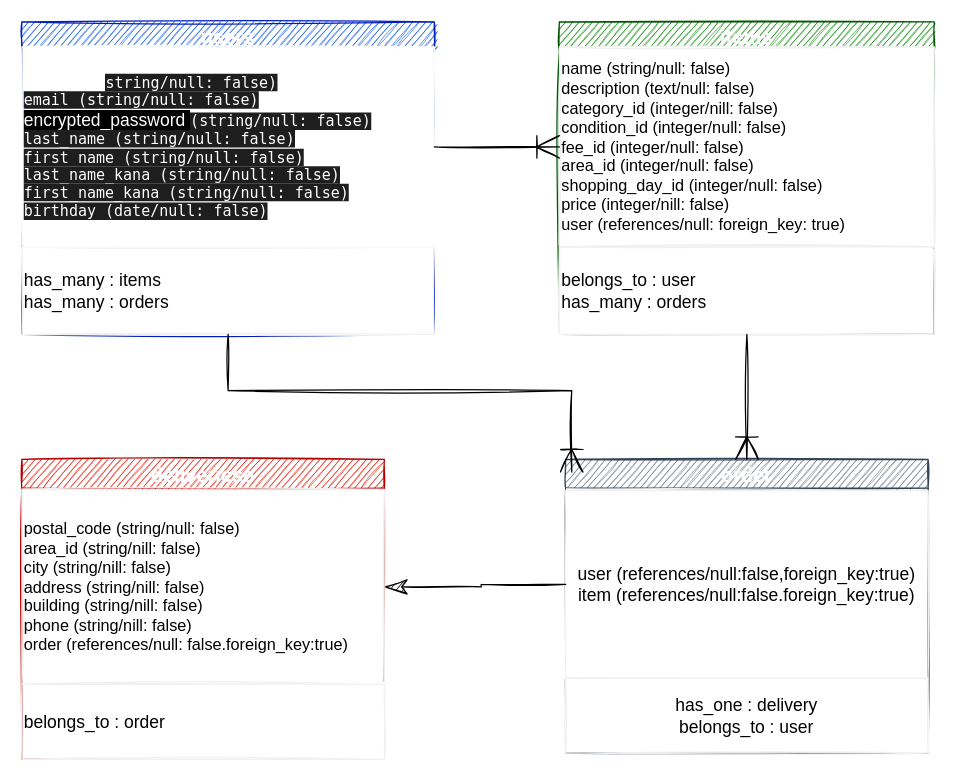
The draw.io diagram furima.dio in hideaking2021/furima-36772, before the edit. Source tidied: cells renumbered, new cells numbered last; positions are measured from the earlier drawing's top-left corner, leaving out a move shared by most shapes. Both pictures are drawn from the tidied source at 125%, with x=0, y=0 at pixel (21, 21).
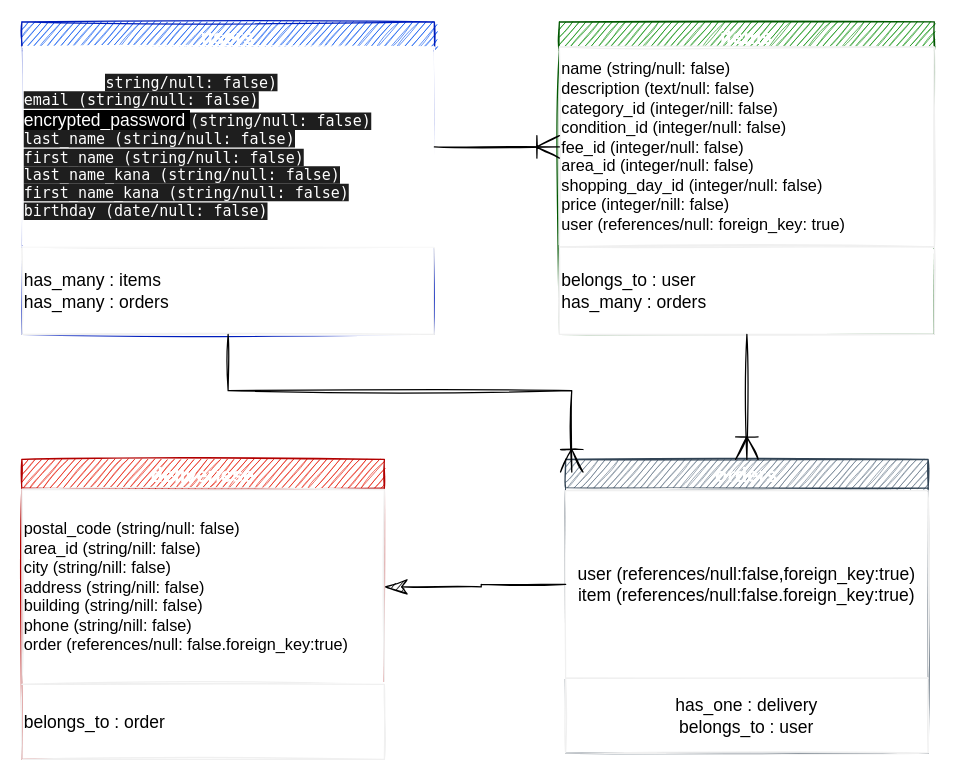
The same page after the edit.

Commit message:
データベース修正１

Change to the diagram source:
```diff
@@
 <mxGraphModel>
   <root>
     <mxCell id="0" />
     <mxCell id="1" parent="0" />
     <mxCell id="2" value="users" style="swimlane;sketch=1;verticalAlign=middle;fontStyle=1;fontSize=16;fillColor=#0050ef;strokeColor=#001DBC;fontColor=#ffffff;" parent="1" vertex="1">
       <mxGeometry width="330" height="250" as="geometry" />
     </mxCell>
     <mxCell id="3" value="&lt;font style=&quot;font-size: 14px;&quot;&gt;has_many : items&lt;br style=&quot;font-size: 14px;&quot;&gt;has_many : orders&lt;br style=&quot;font-size: 14px;&quot;&gt;&lt;/font&gt;" style="rounded=0;whiteSpace=wrap;html=1;sketch=1;fontSize=14;strokeColor=#F0F0F0;align=left;verticalAlign=middle;" parent="2" vertex="1">
       <mxGeometry y="180" width="330" height="70" as="geometry" />
     </mxCell>
     <mxCell id="4" value="&lt;font style=&quot;font-size: 12px&quot; color=&quot;#ffffff&quot;&gt;&lt;span style=&quot;font-size: 12px&quot;&gt;nickname&amp;nbsp; &amp;nbsp;(&lt;/span&gt;&lt;span style=&quot;font-size: 12px ; background-color: rgb(30 , 30 , 30) ; font-family: &amp;#34;menlo&amp;#34; , &amp;#34;monaco&amp;#34; , &amp;#34;courier new&amp;#34; , monospace&quot;&gt;string/null: false)&lt;br style=&quot;font-size: 12px&quot;&gt;&lt;/span&gt;&lt;span style=&quot;font-size: 12px ; font-family: &amp;#34;menlo&amp;#34; , &amp;#34;monaco&amp;#34; , &amp;#34;courier new&amp;#34; , monospace ; background-color: rgb(30 , 30 , 30)&quot;&gt;email (string/null: false&lt;/span&gt;&lt;span style=&quot;font-size: 12px ; font-family: &amp;#34;menlo&amp;#34; , &amp;#34;monaco&amp;#34; , &amp;#34;courier new&amp;#34; , monospace ; background-color: rgb(30 , 30 , 30)&quot;&gt;)&lt;/span&gt;&lt;span style=&quot;font-size: 12px ; font-family: &amp;#34;menlo&amp;#34; , &amp;#34;monaco&amp;#34; , &amp;#34;courier new&amp;#34; , monospace ; background-color: rgb(30 , 30 , 30)&quot;&gt;&lt;br style=&quot;font-size: 12px&quot;&gt;&lt;/span&gt;&lt;span style=&quot;font-size: 14px ; background-color: rgb(0 , 0 , 0)&quot;&gt;encrypted_password&amp;nbsp;&lt;/span&gt;&lt;/font&gt;&lt;span style=&quot;background-color: rgb(30 , 30 , 30) ; font-family: &amp;#34;menlo&amp;#34; , &amp;#34;monaco&amp;#34; , &amp;#34;courier new&amp;#34; , monospace ; color: rgb(255 , 255 , 255)&quot;&gt;(string/null: false)&lt;/span&gt;&lt;font style=&quot;font-size: 12px&quot; color=&quot;#ffffff&quot;&gt;&lt;span style=&quot;font-size: 14px ; background-color: rgb(0 , 0 , 0)&quot;&gt;&lt;br&gt;&lt;/span&gt;&lt;div style=&quot;font-size: 12px&quot;&gt;&lt;span style=&quot;font-family: &amp;#34;menlo&amp;#34; , &amp;#34;monaco&amp;#34; , &amp;#34;courier new&amp;#34; , monospace ; font-size: 12px&quot;&gt;&lt;span style=&quot;background-color: rgb(30 , 30 , 30) ; font-size: 12px&quot;&gt;last_name (string/null: false)&lt;/span&gt;&lt;/span&gt;&lt;/div&gt;&lt;div style=&quot;font-size: 12px&quot;&gt;&lt;span style=&quot;font-family: &amp;#34;menlo&amp;#34; , &amp;#34;monaco&amp;#34; , &amp;#34;courier new&amp;#34; , monospace ; font-size: 12px&quot;&gt;&lt;span style=&quot;background-color: rgb(30 , 30 , 30) ; font-size: 12px&quot;&gt;first_name (string/null: false)&lt;/span&gt;&lt;/span&gt;&lt;/div&gt;&lt;div style=&quot;font-size: 12px&quot;&gt;&lt;span style=&quot;font-family: &amp;#34;menlo&amp;#34; , &amp;#34;monaco&amp;#34; , &amp;#34;courier new&amp;#34; , monospace ; font-size: 12px&quot;&gt;&lt;span style=&quot;background-color: rgb(30 , 30 , 30) ; font-size: 12px&quot;&gt;last_name_kana (string/null: false)&lt;/span&gt;&lt;/span&gt;&lt;/div&gt;&lt;/font&gt;&lt;div style=&quot;font-size: 12px&quot;&gt;&lt;font face=&quot;menlo, monaco, courier new, monospace&quot; style=&quot;font-size: 12px&quot; color=&quot;#ffffff&quot;&gt;&lt;span style=&quot;font-size: 12px ; background-color: rgb(30 , 30 , 30)&quot;&gt;first_name_kana (string/null: false)&lt;/span&gt;&lt;/font&gt;&lt;/div&gt;&lt;div style=&quot;font-size: 12px&quot;&gt;&lt;font face=&quot;menlo, monaco, courier new, monospace&quot; style=&quot;font-size: 12px&quot; color=&quot;#ffffff&quot;&gt;&lt;span style=&quot;font-size: 12px ; background-color: rgb(30 , 30 , 30)&quot;&gt;birthday (date/null: false)&lt;/span&gt;&lt;/font&gt;&lt;/div&gt;" style="rounded=0;whiteSpace=wrap;html=1;sketch=1;fontSize=12;verticalAlign=middle;align=left;fontStyle=0;strokeColor=#FFFFFF;" parent="2" vertex="1">
       <mxGeometry y="20" width="330" height="160" as="geometry" />
     </mxCell>
     <mxCell id="5" value="items" style="swimlane;sketch=1;fontSize=16;strokeColor=#005700;align=center;verticalAlign=middle;fillColor=#008a00;fontColor=#ffffff;" parent="1" vertex="1">
       <mxGeometry x="430" width="300" height="250" as="geometry" />
     </mxCell>
     <mxCell id="6" value="name (string/null: false)&lt;br style=&quot;font-size: 13px&quot;&gt;description (text/null: false)&lt;br style=&quot;font-size: 13px&quot;&gt;category_id (integer/nill: false)&lt;br style=&quot;font-size: 13px&quot;&gt;condition_id (integer/null: false)&lt;br style=&quot;font-size: 13px&quot;&gt;fee_id (integer/null: false)&lt;br style=&quot;font-size: 13px&quot;&gt;area_id (integer/null: false)&lt;br style=&quot;font-size: 13px&quot;&gt;shopping_day_id (integer/null: false)&lt;br style=&quot;font-size: 13px&quot;&gt;price (integer/nill: false)&lt;br&gt;user (references/null: foreign_key: true)" style="rounded=0;whiteSpace=wrap;html=1;sketch=1;fontSize=13;strokeColor=#F0F0F0;align=left;verticalAlign=middle;" parent="5" vertex="1">
       <mxGeometry y="20" width="300" height="160" as="geometry" />
     </mxCell>
     <mxCell id="7" value="belongs_to : user&lt;br style=&quot;font-size: 14px;&quot;&gt;has_many : orders" style="rounded=0;whiteSpace=wrap;html=1;sketch=1;fontSize=14;strokeColor=#F0F0F0;align=left;verticalAlign=middle;" parent="5" vertex="1">
       <mxGeometry y="180" width="300" height="70" as="geometry" />
     </mxCell>
-    <mxCell id="8" value="order" style="swimlane;sketch=1;fontSize=16;strokeColor=#314354;align=center;verticalAlign=middle;fillColor=#647687;fontColor=#ffffff;" parent="1" vertex="1">
+    <mxCell id="8" value="orders" style="swimlane;sketch=1;fontSize=16;strokeColor=#314354;align=center;verticalAlign=middle;fillColor=#647687;fontColor=#ffffff;" parent="1" vertex="1">
       <mxGeometry x="435" y="350" width="290" height="235" as="geometry" />
     </mxCell>
     <mxCell id="9" value="user (references/null:false,foreign_key:true)&lt;br style=&quot;font-size: 14px;&quot;&gt;item (references/null:false.foreign_key:true)" style="whiteSpace=wrap;html=1;sketch=1;fontSize=14;strokeColor=#F0F0F0;align=center;verticalAlign=middle;" parent="8" vertex="1">
       <mxGeometry y="25" width="290" height="150" as="geometry" />
     </mxCell>
     <mxCell id="10" value="has_one : delivery&lt;br&gt;belongs_to : user" style="rounded=0;whiteSpace=wrap;html=1;sketch=1;fontSize=14;strokeColor=#F0F0F0;align=center;verticalAlign=middle;" parent="8" vertex="1">
       <mxGeometry y="175" width="290" height="60" as="geometry" />
     </mxCell>
     <mxCell id="11" style="edgeStyle=orthogonalEdgeStyle;rounded=0;sketch=1;jettySize=auto;html=1;fontSize=12;endArrow=ERoneToMany;endFill=0;endSize=16;" parent="1" edge="1" source="4" target="6">
       <mxGeometry relative="1" as="geometry" />
     </mxCell>
     <mxCell id="12" value="deliveriese" style="swimlane;sketch=1;fontSize=16;strokeColor=#B20000;align=center;verticalAlign=middle;fillColor=#e51400;fontColor=#ffffff;" parent="1" vertex="1">
       <mxGeometry y="350" width="290" height="240" as="geometry" />
     </mxCell>
     <mxCell id="13" value="postal_code (string/null: false)&lt;br style=&quot;font-size: 13px&quot;&gt;area_id (string/nill: false)&lt;br style=&quot;font-size: 13px&quot;&gt;city (string/nill: false)&lt;br style=&quot;font-size: 13px&quot;&gt;address (string/nill: false)&lt;br style=&quot;font-size: 13px&quot;&gt;building (string/nill: false)&lt;br style=&quot;font-size: 13px&quot;&gt;phone (string/nill: false)&lt;br&gt;order (references/null: false.foreign_key:true)" style="rounded=0;whiteSpace=wrap;html=1;sketch=1;fontSize=13;strokeColor=#F0F0F0;align=left;verticalAlign=middle;" parent="12" vertex="1">
       <mxGeometry y="24" width="290" height="156" as="geometry" />
     </mxCell>
     <mxCell id="14" value="belongs_to : order" style="rounded=0;whiteSpace=wrap;html=1;sketch=1;fontSize=14;strokeColor=#F0F0F0;align=left;verticalAlign=middle;" parent="12" vertex="1">
       <mxGeometry y="180" width="290" height="60" as="geometry" />
     </mxCell>
     <mxCell id="15" style="edgeStyle=orthogonalEdgeStyle;rounded=0;sketch=1;jettySize=auto;html=1;exitX=0.5;exitY=1;exitDx=0;exitDy=0;entryX=0.017;entryY=0.043;entryDx=0;entryDy=0;entryPerimeter=0;fontSize=12;endArrow=ERoneToMany;endFill=0;endSize=16;" parent="1" edge="1" source="3" target="8">
       <mxGeometry relative="1" as="geometry" />
     </mxCell>
     <mxCell id="16" style="edgeStyle=orthogonalEdgeStyle;rounded=0;sketch=1;jettySize=auto;html=1;exitX=0;exitY=0.5;exitDx=0;exitDy=0;entryX=1;entryY=0.5;entryDx=0;entryDy=0;fontSize=14;endArrow=classicThin;endFill=1;endSize=16;" parent="1" edge="1" source="9" target="13">
       <mxGeometry relative="1" as="geometry" />
     </mxCell>
     <mxCell id="17" style="edgeStyle=orthogonalEdgeStyle;rounded=0;sketch=1;jettySize=auto;html=1;fontSize=14;endArrow=ERoneToMany;endFill=0;endSize=16;" parent="1" edge="1" source="7" target="8">
       <mxGeometry relative="1" as="geometry" />
     </mxCell>
   </root>
 </mxGraphModel>
```
